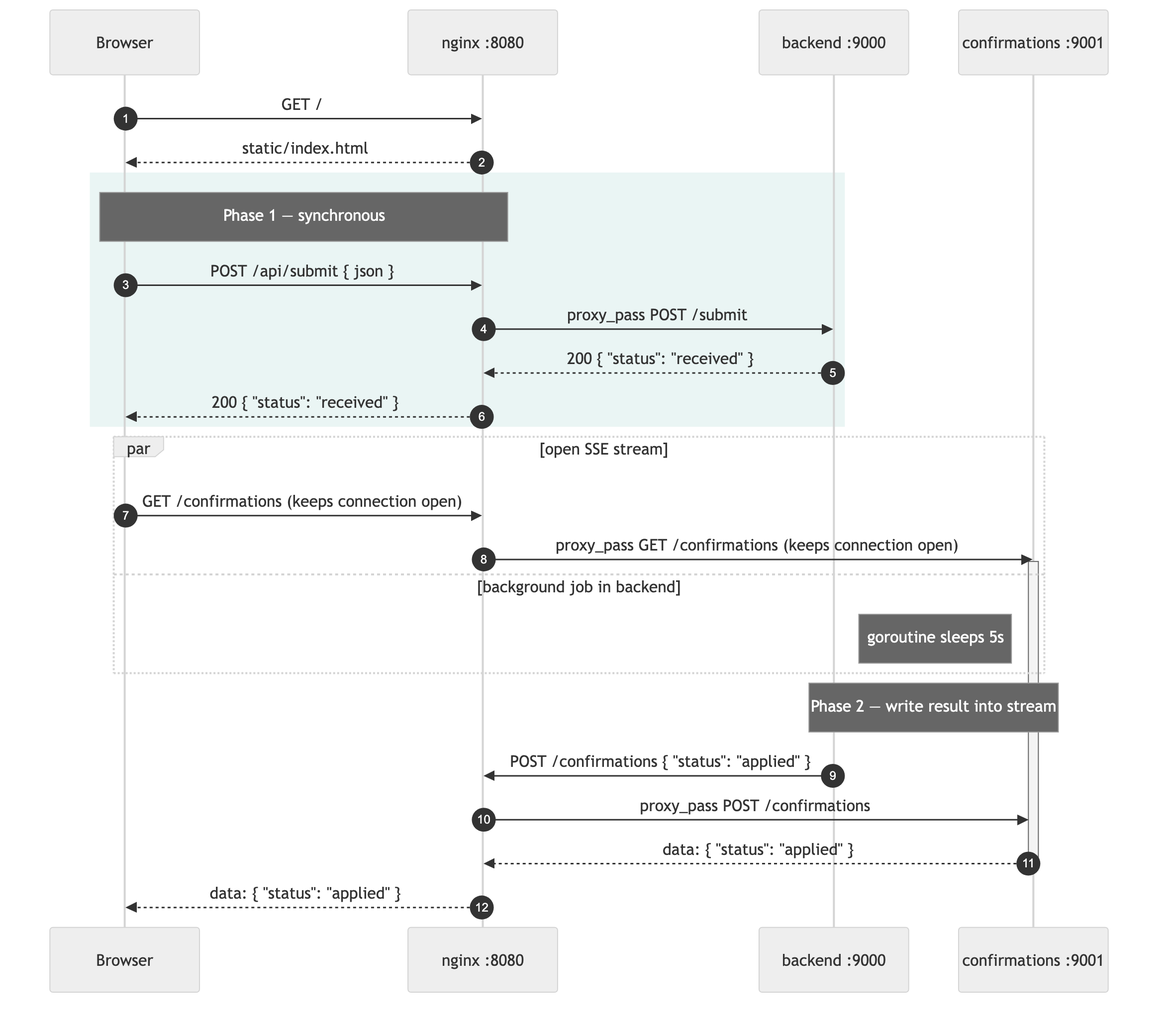
Before: docs/sequence-diagram.png, a diagram exported from Mermaid (rwirdemann/sse-ngnix). Its source is kept beside it as docs/sequence-diagram.mmd.
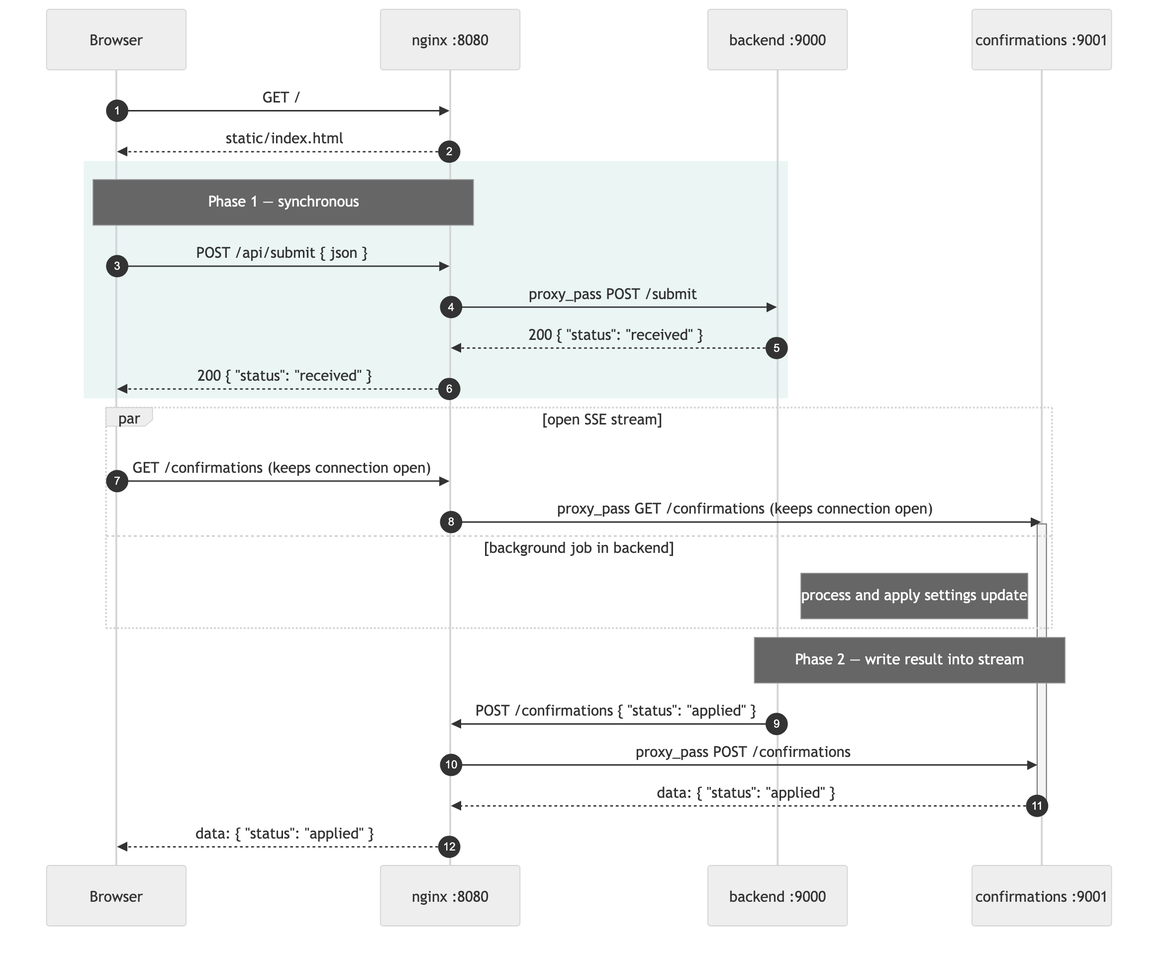
Above is the later version.

Commit message:
docs: reword background job note in sequence diagram

The edit, as a diff of the source:
```diff
@@ -22,7 +22,7 @@
         N->>C: proxy_pass GET /confirmations (keeps connection open)
         activate C
     and background job in backend
-        Note right of S: goroutine sleeps 5s
+        Note right of S: process and apply settings update
     end
 
     Note over S,C: Phase 2 — write result into stream
```
